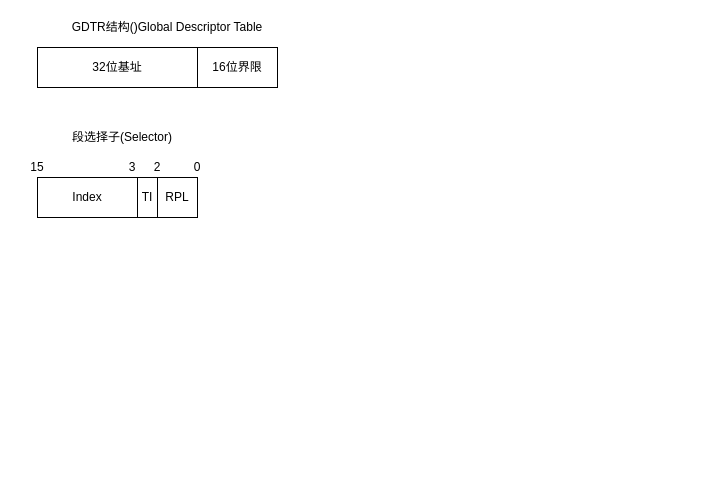
This is Untitled Diagram.drawio from NENCAO/cdn, a draw.io file, before an edit. Source tidied: cells renumbered, new cells numbered last; positions are measured from the earlier drawing's top-left corner, leaving out a move shared by most shapes. Both pictures are drawn from the tidied source at 100%, with x=0, y=0 at pixel (17, 17).
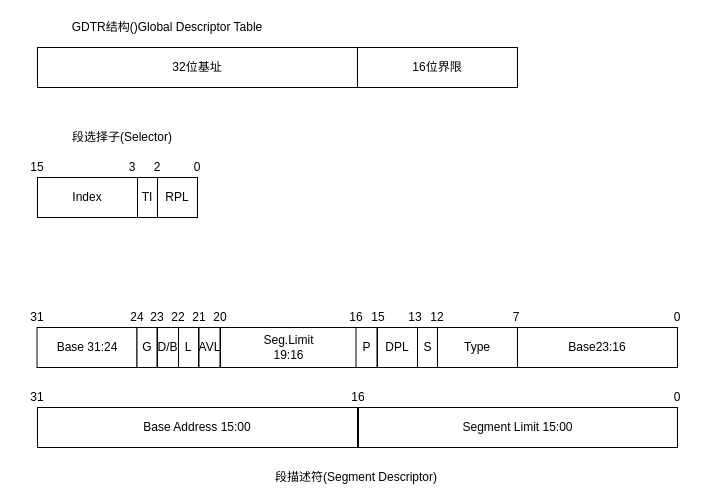
The same page after the edit.

The edit, as a diff of the source:
```diff
@@
     <mxCell id="2" value="32位基址" style="rounded=0;whiteSpace=wrap;html=1;" parent="1" vertex="1">
-      <mxGeometry x="20" y="30" width="160" height="40" as="geometry" />
+      <mxGeometry x="20" y="30" width="320" height="40" as="geometry" />
     </mxCell>
     <mxCell id="3" value="16位界限" style="rounded=0;whiteSpace=wrap;html=1;" parent="1" vertex="1">
-      <mxGeometry x="180" y="30" width="80" height="40" as="geometry" />
+      <mxGeometry x="340" y="30" width="160" height="40" as="geometry" />
     </mxCell>
@@
+    <mxCell id="13" value="Base 31:24" style="rounded=0;whiteSpace=wrap;html=1;" parent="1" vertex="1">
+      <mxGeometry x="19.5" y="310" width="100" height="40" as="geometry" />
+    </mxCell>
+    <mxCell id="14" value="G" style="rounded=0;whiteSpace=wrap;html=1;" parent="1" vertex="1">
+      <mxGeometry x="119.5" y="310" width="20" height="40" as="geometry" />
+    </mxCell>
+    <mxCell id="15" value="D/B" style="rounded=0;whiteSpace=wrap;html=1;" parent="1" vertex="1">
+      <mxGeometry x="140" y="310" width="21" height="40" as="geometry" />
+    </mxCell>
+    <mxCell id="16" value="31" style="text;html=1;strokeColor=none;fillColor=none;align=center;verticalAlign=middle;whiteSpace=wrap;rounded=0;" parent="1" vertex="1">
+      <mxGeometry x="-0.5" y="290" width="40" height="20" as="geometry" />
+    </mxCell>
+    <mxCell id="17" value="24&lt;br&gt;" style="text;html=1;strokeColor=none;fillColor=none;align=center;verticalAlign=middle;whiteSpace=wrap;rounded=0;" parent="1" vertex="1">
+      <mxGeometry x="100" y="290" width="40" height="20" as="geometry" />
+    </mxCell>
+    <mxCell id="18" value="23&lt;br&gt;" style="text;html=1;strokeColor=none;fillColor=none;align=center;verticalAlign=middle;whiteSpace=wrap;rounded=0;" parent="1" vertex="1">
+      <mxGeometry x="120" y="290" width="40" height="20" as="geometry" />
+    </mxCell>
+    <mxCell id="19" value="22&lt;br&gt;" style="text;html=1;strokeColor=none;fillColor=none;align=center;verticalAlign=middle;whiteSpace=wrap;rounded=0;" parent="1" vertex="1">
+      <mxGeometry x="141" y="290" width="40" height="20" as="geometry" />
+    </mxCell>
+    <mxCell id="20" value="L" style="rounded=0;whiteSpace=wrap;html=1;" parent="1" vertex="1">
+      <mxGeometry x="161" y="310" width="20" height="40" as="geometry" />
+    </mxCell>
+    <mxCell id="21" value="AVL" style="rounded=0;whiteSpace=wrap;html=1;" parent="1" vertex="1">
+      <mxGeometry x="181.5" y="310" width="21" height="40" as="geometry" />
+    </mxCell>
+    <mxCell id="22" value="21&lt;br&gt;" style="text;html=1;strokeColor=none;fillColor=none;align=center;verticalAlign=middle;whiteSpace=wrap;rounded=0;" parent="1" vertex="1">
+      <mxGeometry x="161.5" y="290" width="40" height="20" as="geometry" />
+    </mxCell>
+    <mxCell id="23" value="20&lt;br&gt;" style="text;html=1;strokeColor=none;fillColor=none;align=center;verticalAlign=middle;whiteSpace=wrap;rounded=0;" parent="1" vertex="1">
+      <mxGeometry x="182.5" y="290" width="40" height="20" as="geometry" />
+    </mxCell>
+    <mxCell id="24" value="Seg.Limit&lt;br&gt;19:16&lt;br&gt;" style="rounded=0;whiteSpace=wrap;html=1;" parent="1" vertex="1">
+      <mxGeometry x="203" y="310" width="137" height="40" as="geometry" />
+    </mxCell>
+    <mxCell id="25" value="16&lt;br&gt;" style="text;html=1;strokeColor=none;fillColor=none;align=center;verticalAlign=middle;whiteSpace=wrap;rounded=0;" parent="1" vertex="1">
+      <mxGeometry x="318.5" y="290" width="40" height="20" as="geometry" />
+    </mxCell>
+    <mxCell id="26" value="P" style="rounded=0;whiteSpace=wrap;html=1;" parent="1" vertex="1">
+      <mxGeometry x="338.5" y="310" width="21" height="40" as="geometry" />
+    </mxCell>
+    <mxCell id="27" value="DPL" style="rounded=0;whiteSpace=wrap;html=1;" parent="1" vertex="1">
+      <mxGeometry x="360" y="310" width="40" height="40" as="geometry" />
+    </mxCell>
+    <mxCell id="28" value="S" style="rounded=0;whiteSpace=wrap;html=1;" parent="1" vertex="1">
+      <mxGeometry x="400" y="310" width="21" height="40" as="geometry" />
+    </mxCell>
+    <mxCell id="29" value="Type" style="rounded=0;whiteSpace=wrap;html=1;" parent="1" vertex="1">
+      <mxGeometry x="420" y="310" width="80" height="40" as="geometry" />
+    </mxCell>
+    <mxCell id="30" value="Base23:16" style="rounded=0;whiteSpace=wrap;html=1;" parent="1" vertex="1">
+      <mxGeometry x="500" y="310" width="160" height="40" as="geometry" />
+    </mxCell>
+    <mxCell id="31" value="15&lt;br&gt;" style="text;html=1;strokeColor=none;fillColor=none;align=center;verticalAlign=middle;whiteSpace=wrap;rounded=0;" parent="1" vertex="1">
+      <mxGeometry x="341" y="290" width="40" height="20" as="geometry" />
+    </mxCell>
+    <mxCell id="32" value="13&lt;br&gt;" style="text;html=1;strokeColor=none;fillColor=none;align=center;verticalAlign=middle;whiteSpace=wrap;rounded=0;" parent="1" vertex="1">
+      <mxGeometry x="377.5" y="290" width="40" height="20" as="geometry" />
+    </mxCell>
+    <mxCell id="33" value="12&lt;br&gt;" style="text;html=1;strokeColor=none;fillColor=none;align=center;verticalAlign=middle;whiteSpace=wrap;rounded=0;" parent="1" vertex="1">
+      <mxGeometry x="400" y="290" width="40" height="20" as="geometry" />
+    </mxCell>
+    <mxCell id="34" value="7&lt;br&gt;" style="text;html=1;strokeColor=none;fillColor=none;align=center;verticalAlign=middle;whiteSpace=wrap;rounded=0;" parent="1" vertex="1">
+      <mxGeometry x="479" y="290" width="40" height="20" as="geometry" />
+    </mxCell>
+    <mxCell id="35" value="0&lt;br&gt;" style="text;html=1;strokeColor=none;fillColor=none;align=center;verticalAlign=middle;whiteSpace=wrap;rounded=0;" parent="1" vertex="1">
+      <mxGeometry x="640" y="290" width="40" height="20" as="geometry" />
+    </mxCell>
+    <mxCell id="36" value="Base Address 15:00&lt;br&gt;" style="rounded=0;whiteSpace=wrap;html=1;" parent="1" vertex="1">
+      <mxGeometry x="20" y="390" width="320" height="40" as="geometry" />
+    </mxCell>
+    <mxCell id="37" value="Segment Limit 15:00" style="rounded=0;whiteSpace=wrap;html=1;" parent="1" vertex="1">
+      <mxGeometry x="341" y="390" width="319" height="40" as="geometry" />
+    </mxCell>
+    <mxCell id="38" value="31" style="text;html=1;strokeColor=none;fillColor=none;align=center;verticalAlign=middle;whiteSpace=wrap;rounded=0;" parent="1" vertex="1">
+      <mxGeometry x="-0.5" y="370" width="40" height="20" as="geometry" />
+    </mxCell>
+    <mxCell id="39" value="16" style="text;html=1;strokeColor=none;fillColor=none;align=center;verticalAlign=middle;whiteSpace=wrap;rounded=0;" parent="1" vertex="1">
+      <mxGeometry x="321" y="370" width="40" height="20" as="geometry" />
+    </mxCell>
+    <mxCell id="40" value="0" style="text;html=1;strokeColor=none;fillColor=none;align=center;verticalAlign=middle;whiteSpace=wrap;rounded=0;" parent="1" vertex="1">
+      <mxGeometry x="640" y="370" width="40" height="20" as="geometry" />
+    </mxCell>
+    <mxCell id="41" value="段描述符(&lt;span&gt;Segment Descriptor)&lt;/span&gt;&lt;br&gt;" style="text;html=1;strokeColor=none;fillColor=none;align=center;verticalAlign=middle;whiteSpace=wrap;rounded=0;" parent="1" vertex="1">
+      <mxGeometry x="223.5" y="450" width="230" height="20" as="geometry" />
+    </mxCell>
```
